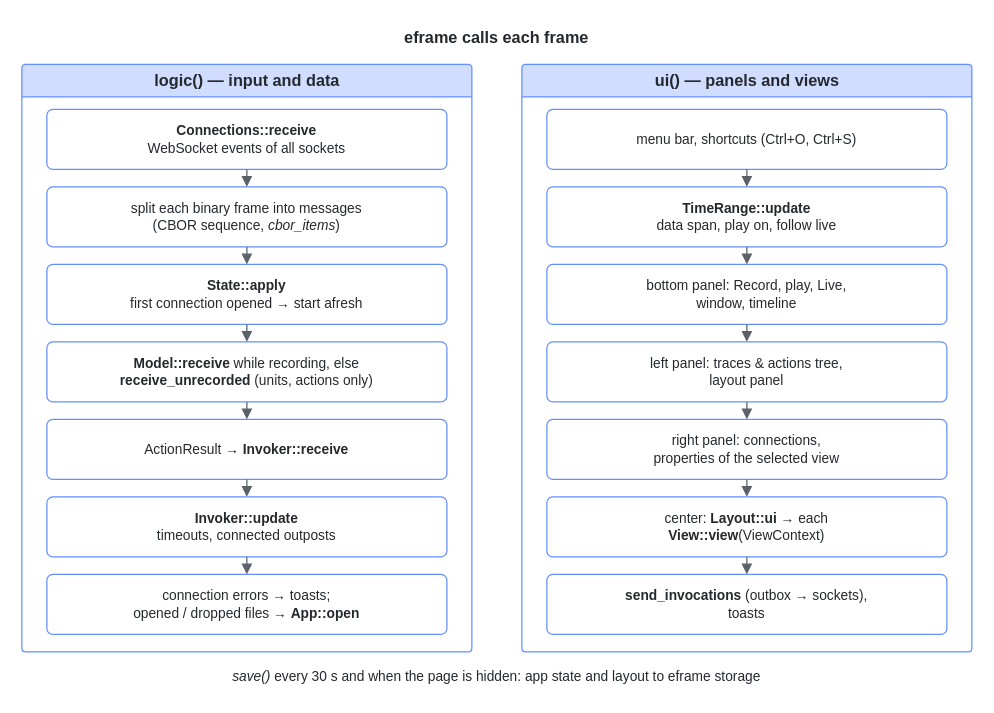
This is doc/source/diagrams/blip-frame.drawio from stefanluethi/blip, a draw.io file, before an edit. Source tidied: cells renumbered, new cells numbered last; positions are measured from the earlier drawing's top-left corner, leaving out a move shared by most shapes. Both pictures are drawn from the tidied source at 125%, with x=0, y=0 at pixel (21, 21).
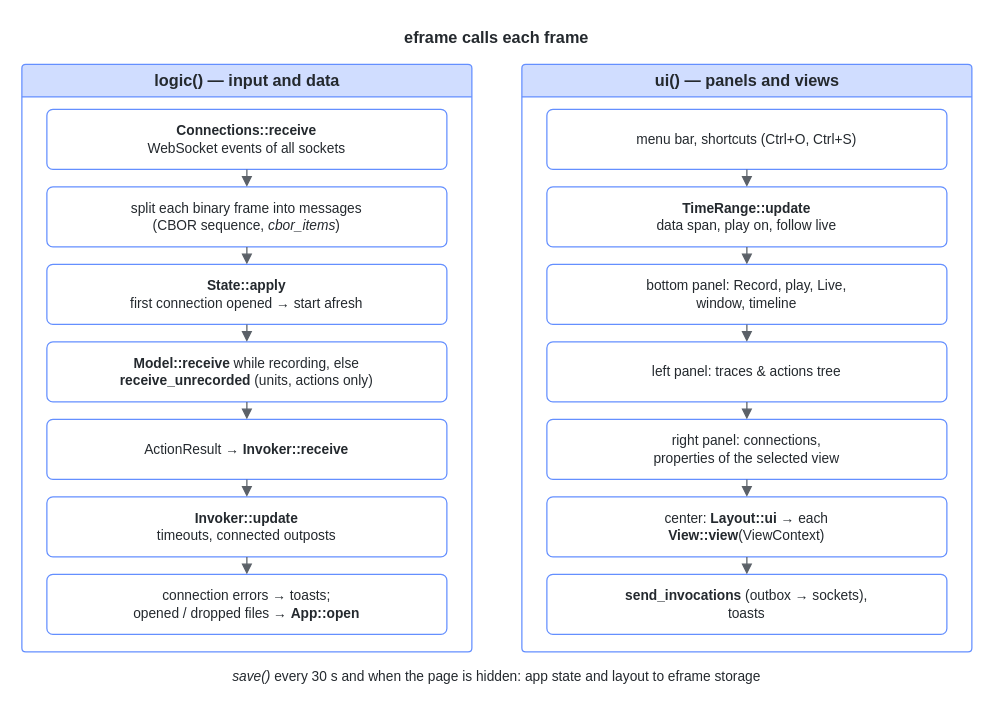
After the change.

The change refers to these unchanged cells:
```xml
<mxCell id="17" value="&lt;b&gt;ui()&lt;/b&gt; — panels and views" style="fontColor=#24292e;fontFamily=Fira Sans,Helvetica,Arial,sans-serif;swimlane;startSize=26;html=1;rounded=1;arcSize=4;fillColor=#d0ddff;strokeColor=#648fff;fontSize=13;swimlaneFillColor=none;" parent="1" vertex="1">
  <mxGeometry x="400" y="34" width="360" height="470" as="geometry" />
</mxCell>
```

What changed in the source:
```diff
@@
-    <mxCell id="23" value="left panel: traces &amp;amp; actions tree,&lt;br&gt;layout panel" style="fontColor=#24292e;fontFamily=Fira Sans,Helvetica,Arial,sans-serif;rounded=1;whiteSpace=wrap;html=1;arcSize=10;fillColor=#ffffff;strokeColor=#648fff;fontSize=12;fontSize=11;" parent="17" vertex="1">
+    <mxCell id="23" value="left panel: traces &amp;amp; actions tree" style="fontColor=#24292e;fontFamily=Fira Sans,Helvetica,Arial,sans-serif;rounded=1;whiteSpace=wrap;html=1;arcSize=10;fillColor=#ffffff;strokeColor=#648fff;fontSize=12;fontSize=11;" parent="17" vertex="1">
       <mxGeometry x="20" y="222" width="320" height="48" as="geometry" />
     </mxCell>
```
